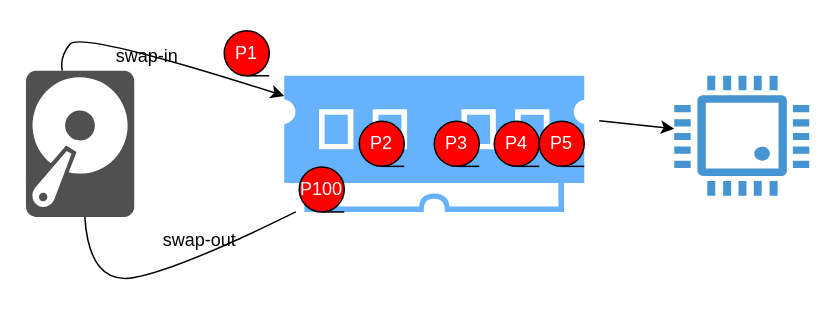
Earlier version of the draw.io diagram Swapping.drawio (huyle84/diagrams). Source tidied: cells renumbered, new cells numbered last; positions are measured from the earlier drawing's top-left corner, leaving out a move shared by most shapes. Both pictures are drawn from the tidied source at 150%, with x=0, y=0 at pixel (26, 30).
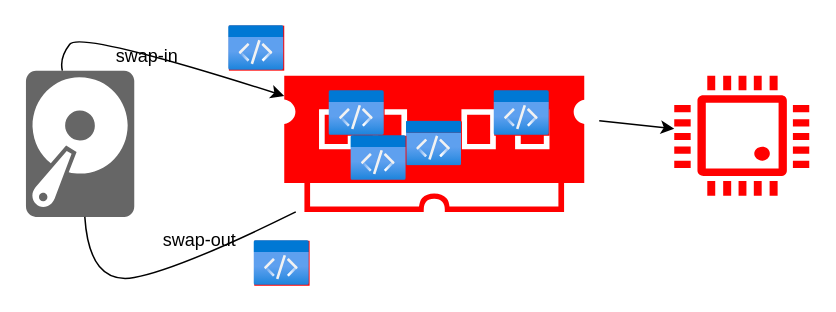
The same diagram, later.

The edit, as a diff of the source:
```diff
@@
 <mxGraphModel>
   <root>
     <mxCell id="0" />
     <mxCell id="1" parent="0" />
-    <mxCell id="2" style="sketch=0;shadow=0;dashed=0;html=1;strokeColor=none;fillColor=#66B2FF;labelPosition=center;verticalLabelPosition=bottom;verticalAlign=top;align=center;outlineConnect=0;shape=mxgraph.veeam2.ram;" parent="1" vertex="1">
+    <mxCell id="2" style="sketch=0;shadow=0;dashed=0;html=1;strokeColor=none;fillColor=#FF0000;labelPosition=center;verticalLabelPosition=bottom;verticalAlign=top;align=center;outlineConnect=0;shape=mxgraph.veeam2.ram;" parent="1" vertex="1">
       <mxGeometry x="172" y="30" width="200" height="90.8" as="geometry" />
     </mxCell>
-    <mxCell id="3" style="sketch=0;shadow=0;dashed=0;html=1;strokeColor=none;fillColor=#505050;labelPosition=center;verticalLabelPosition=bottom;verticalAlign=top;outlineConnect=0;align=center;shape=mxgraph.office.devices.hard_disk;" parent="1" vertex="1">
+    <mxCell id="3" style="sketch=0;shadow=0;dashed=0;html=1;strokeColor=none;fillColor=#666666;labelPosition=center;verticalLabelPosition=bottom;verticalAlign=top;outlineConnect=0;align=center;shape=mxgraph.office.devices.hard_disk;" parent="1" vertex="1">
       <mxGeometry x="-0.2" y="26.6" width="72.2" height="97.5" as="geometry" />
     </mxCell>
     <mxCell id="4" style="curved=1;endArrow=classic;html=1;rounded=0;" parent="1" edge="1" source="3" target="2">
       <mxGeometry relative="1" as="geometry">
         <Array as="points">
           <mxPoint x="22" y="18" />
           <mxPoint x="36" />
         </Array>
       </mxGeometry>
     </mxCell>
     <mxCell id="5" value="swap-in&amp;nbsp;" style="text;html=1;align=center;verticalAlign=middle;strokeColor=none;fillColor=none;" parent="1" vertex="1">
       <mxGeometry x="52" y="6.6" width="60" height="20" as="geometry" />
     </mxCell>
-    <mxCell id="6" value="&lt;font color=&quot;#ffffff&quot;&gt;P1&lt;/font&gt;" style="shape=tapeData;whiteSpace=wrap;html=1;perimeter=ellipsePerimeter;fillColor=#FF0000;" parent="1" vertex="1">
-      <mxGeometry x="132" width="30" height="30" as="geometry" />
-    </mxCell>
-    <mxCell id="7" value="&lt;font color=&quot;#ffffff&quot;&gt;P2&lt;/font&gt;" style="shape=tapeData;whiteSpace=wrap;html=1;perimeter=ellipsePerimeter;fillColor=#FF0000;" parent="1" vertex="1">
-      <mxGeometry x="222" y="60.4" width="30" height="30" as="geometry" />
-    </mxCell>
-    <mxCell id="8" value="&lt;font color=&quot;#ffffff&quot;&gt;P3&lt;/font&gt;" style="shape=tapeData;whiteSpace=wrap;html=1;perimeter=ellipsePerimeter;fillColor=#FF0000;" parent="1" vertex="1">
-      <mxGeometry x="272" y="60.4" width="30" height="30" as="geometry" />
-    </mxCell>
-    <mxCell id="9" value="&lt;font color=&quot;#ffffff&quot;&gt;&lt;span&gt;P4&lt;br&gt;&lt;/span&gt;&lt;/font&gt;" style="shape=tapeData;whiteSpace=wrap;html=1;perimeter=ellipsePerimeter;fillColor=#FF0000;" parent="1" vertex="1">
-      <mxGeometry x="312" y="60.4" width="30" height="30" as="geometry" />
-    </mxCell>
-    <mxCell id="10" style="shadow=0;dashed=0;html=1;strokeColor=none;fillColor=#4495D1;labelPosition=center;verticalLabelPosition=bottom;verticalAlign=top;align=center;outlineConnect=0;shape=mxgraph.veeam.cpu;fontColor=#FFFFFF;" parent="1" vertex="1">
+    <mxCell id="10" style="shadow=0;dashed=0;html=1;strokeColor=none;fillColor=#FF0000;labelPosition=center;verticalLabelPosition=bottom;verticalAlign=top;align=center;outlineConnect=0;shape=mxgraph.veeam.cpu;fontColor=#FFFFFF;" parent="1" vertex="1">
       <mxGeometry x="432" y="30" width="90" height="80" as="geometry" />
     </mxCell>
     <mxCell id="11" style="endArrow=classic;html=1;rounded=0;fontColor=#FFFFFF;" parent="1" edge="1" target="10">
       <mxGeometry relative="1" as="geometry">
         <mxPoint x="382" y="60" as="sourcePoint" />
       </mxGeometry>
     </mxCell>
-    <mxCell id="12" value="&lt;font color=&quot;#ffffff&quot;&gt;P100&lt;/font&gt;" style="shape=tapeData;whiteSpace=wrap;html=1;perimeter=ellipsePerimeter;fillColor=#FF0000;" parent="1" vertex="1">
-      <mxGeometry x="182" y="90.8" width="30" height="30" as="geometry" />
-    </mxCell>
-    <mxCell id="13" value="&lt;font color=&quot;#ffffff&quot;&gt;&lt;span&gt;P5&lt;br&gt;&lt;/span&gt;&lt;/font&gt;" style="shape=tapeData;whiteSpace=wrap;html=1;perimeter=ellipsePerimeter;fillColor=#FF0000;" parent="1" vertex="1">
-      <mxGeometry x="342" y="60.4" width="30" height="30" as="geometry" />
-    </mxCell>
     <mxCell id="14" value="swap-out&amp;nbsp;" style="text;html=1;align=center;verticalAlign=middle;strokeColor=none;fillColor=none;" parent="1" vertex="1">
       <mxGeometry x="82" y="130" width="70" height="20" as="geometry" />
     </mxCell>
     <mxCell id="15" style="curved=1;endArrow=none;html=1;rounded=0;" parent="1" edge="1" source="2" target="3">
       <mxGeometry relative="1" as="geometry">
         <Array as="points">
           <mxPoint x="102" y="159" />
           <mxPoint x="42" y="170" />
         </Array>
       </mxGeometry>
     </mxCell>
+    <mxCell id="16" style="html=1;align=center;image;fontSize=12;image=img/lib/azure2/general/Code.svg;fontColor=#FF0000;fillColor=#FF0000;labelBackgroundColor=#FF0000;imageBackground=#FF0000;" parent="1" vertex="1">
+      <mxGeometry x="135.1" y="-3.4" width="36.9" height="30" as="geometry" />
+    </mxCell>
+    <mxCell id="17" style="html=1;align=center;image;fontSize=12;image=img/lib/azure2/general/Code.svg;fontColor=#FF0000;fillColor=#FF0000;labelBackgroundColor=#FF0000;imageBackground=#FF0000;" parent="1" vertex="1">
+      <mxGeometry x="152" y="140" width="36.9" height="30" as="geometry" />
+    </mxCell>
+    <mxCell id="18" style="html=1;align=center;image;fontSize=12;image=img/lib/azure2/general/Code.svg;fontColor=#FF0000;fillColor=#FF0000;labelBackgroundColor=#FF0000;imageBackground=#FF0000;" parent="1" vertex="1">
+      <mxGeometry x="202" y="40" width="36.9" height="30" as="geometry" />
+    </mxCell>
+    <mxCell id="19" style="html=1;align=center;image;fontSize=12;image=img/lib/azure2/general/Code.svg;fontColor=#FF0000;fillColor=#FF0000;labelBackgroundColor=#FF0000;imageBackground=#FF0000;" parent="1" vertex="1">
+      <mxGeometry x="253.5" y="60.4" width="36.9" height="30" as="geometry" />
+    </mxCell>
+    <mxCell id="20" style="html=1;align=center;image;fontSize=12;image=img/lib/azure2/general/Code.svg;fontColor=#FF0000;fillColor=#FF0000;labelBackgroundColor=#FF0000;imageBackground=#FF0000;" parent="1" vertex="1">
+      <mxGeometry x="312" y="40" width="36.9" height="30" as="geometry" />
+    </mxCell>
+    <mxCell id="21" style="html=1;align=center;image;fontSize=12;image=img/lib/azure2/general/Code.svg;fontColor=#FF0000;fillColor=#FF0000;labelBackgroundColor=#FF0000;imageBackground=#FF0000;" parent="1" vertex="1">
+      <mxGeometry x="216.6" y="70" width="36.9" height="30" as="geometry" />
+    </mxCell>
   </root>
 </mxGraphModel>
```
